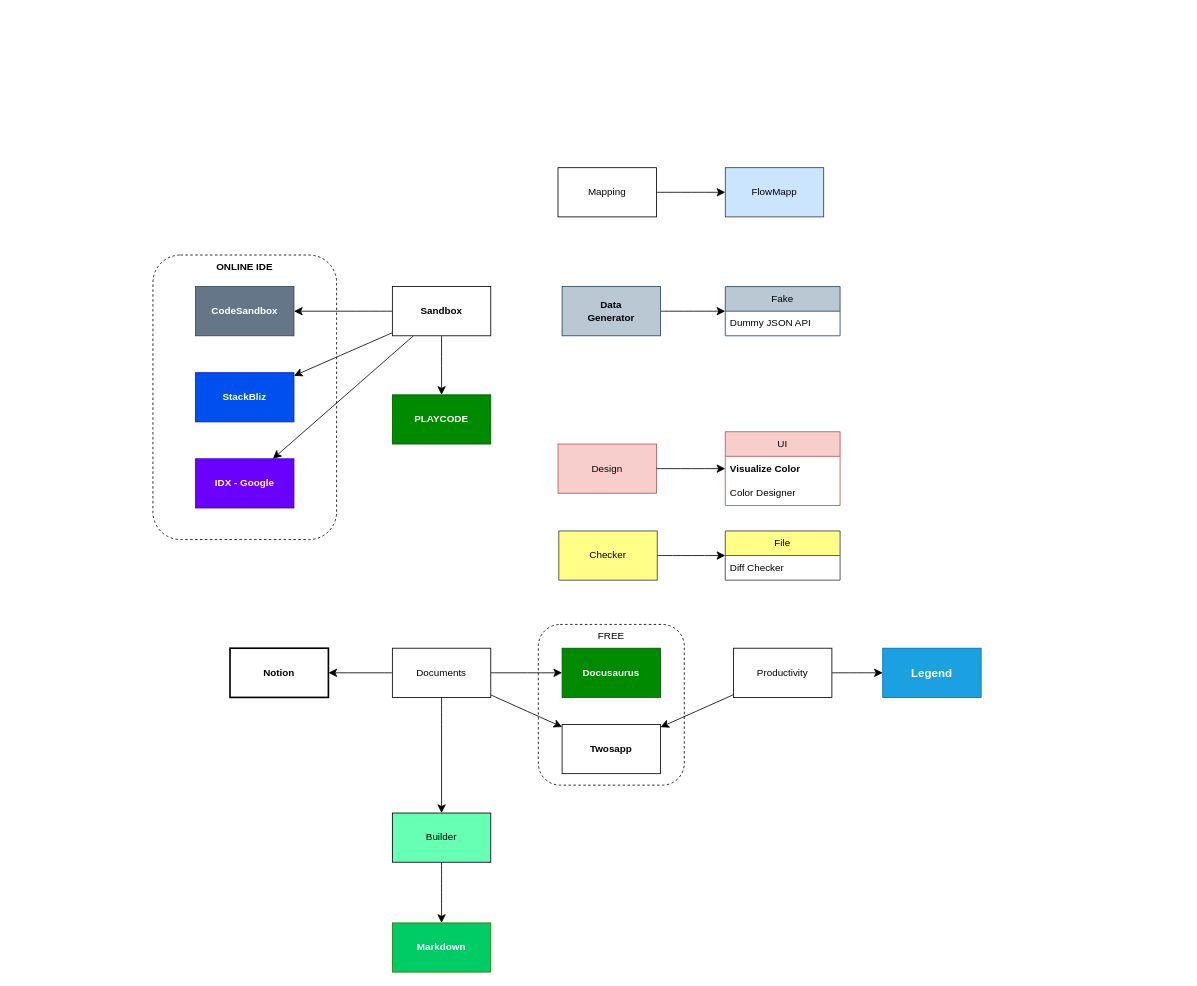
The draw.io diagram page "Tools" (2 of 5) of Link_Bookmarks.drawio in sunflynf/diagram-only, before the edit. Source tidied: cells renumbered, new cells numbered last; positions are measured from the earlier drawing's top-left corner, leaving out a move shared by most shapes. Both pictures are drawn from the tidied source at 82%, with x=0, y=0 at pixel (153, 167).
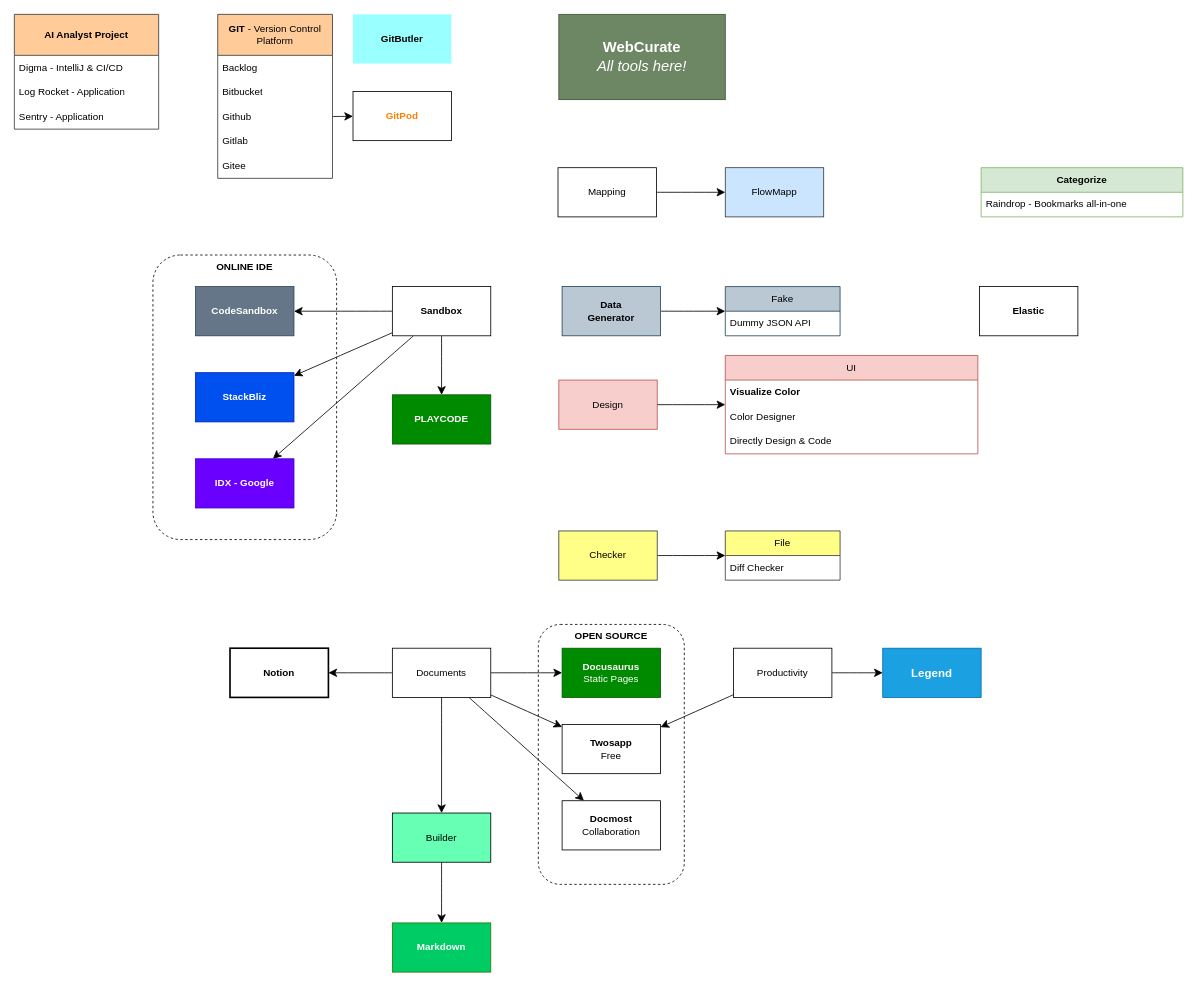
The same diagram, later.

The change refers to these unchanged cells:
```xml
<mxCell id="33" value="Documents" style="whiteSpace=wrap;html=1;" parent="1" vertex="1">
  <mxGeometry x="292" y="586" width="120" height="60" as="geometry" />
</mxCell>
```

The edit, as a diff of the source:
```diff
@@
-    <mxCell id="2" value="FREE" style="rounded=1;whiteSpace=wrap;html=1;dashed=1;verticalAlign=top;" parent="1" vertex="1">
-      <mxGeometry x="470" y="557" width="178" height="196" as="geometry" />
+    <mxCell id="2" value="OPEN SOURCE" style="rounded=1;whiteSpace=wrap;html=1;dashed=1;verticalAlign=top;fontStyle=1;" parent="1" vertex="1">
+      <mxGeometry x="470" y="557" width="178" height="317" as="geometry" />
     </mxCell>
@@
     <mxCell id="16" value="Design" style="whiteSpace=wrap;html=1;fillColor=#f8cecc;strokeColor=#b85450;" parent="1" vertex="1">
-      <mxGeometry x="494" y="337" width="120" height="60" as="geometry" />
+      <mxGeometry x="495" y="259" width="120" height="60" as="geometry" />
     </mxCell>
     <mxCell id="17" value="UI" style="swimlane;fontStyle=0;horizontal=1;startSize=30;whiteSpace=wrap;html=1;fillColor=#f8cecc;strokeColor=#b85450;" parent="1" vertex="1">
-      <mxGeometry x="698" y="322" width="140" height="90" as="geometry" />
+      <mxGeometry x="698" y="229" width="308" height="120" as="geometry" />
     </mxCell>
     <mxCell id="18" value="Visualize Color" style="text;strokeColor=none;fillColor=none;align=left;verticalAlign=middle;spacingLeft=4;spacingRight=4;overflow=hidden;whiteSpace=wrap;html=1;fontStyle=1;" parent="17" vertex="1">
-      <mxGeometry y="30" width="140" height="30" as="geometry" />
+      <mxGeometry y="30" width="308" height="30" as="geometry" />
     </mxCell>
     <mxCell id="19" value="Color Designer" style="text;strokeColor=none;fillColor=none;align=left;verticalAlign=middle;spacingLeft=4;spacingRight=4;overflow=hidden;whiteSpace=wrap;html=1;" parent="17" vertex="1">
-      <mxGeometry y="60" width="140" height="30" as="geometry" />
+      <mxGeometry y="60" width="308" height="30" as="geometry" />
     </mxCell>
+    <mxCell id="44" value="Directly Design &amp;amp; Code" style="text;strokeColor=none;fillColor=none;align=left;verticalAlign=middle;spacingLeft=4;spacingRight=4;overflow=hidden;whiteSpace=wrap;html=1;" parent="17" vertex="1">
+      <mxGeometry y="90" width="308" height="30" as="geometry" />
+    </mxCell>
@@
+    <mxCell id="45" style="edgeStyle=none;curved=1;rounded=0;jettySize=auto;html=1;fontSize=12;startSize=8;endSize=8;" parent="1" edge="1" source="33" target="46">
+      <mxGeometry relative="1" as="geometry" />
+    </mxCell>
@@
-    <mxCell id="35" value="Docusaurus" style="whiteSpace=wrap;html=1;fillColor=#008a00;fontColor=#ffffff;strokeColor=#005700;fontStyle=1;" parent="1" vertex="1">
+    <mxCell id="35" value="&lt;div&gt;Docusaurus&lt;/div&gt;&lt;span style=&quot;font-weight: normal;&quot;&gt;Static Pages&lt;/span&gt;" style="whiteSpace=wrap;html=1;fillColor=#008a00;fontColor=#ffffff;strokeColor=#005700;fontStyle=1;" parent="1" vertex="1">
       <mxGeometry x="499" y="586" width="120" height="60" as="geometry" />
     </mxCell>
-    <mxCell id="36" value="Twosapp" style="whiteSpace=wrap;html=1;fontStyle=1;" parent="1" vertex="1">
+    <mxCell id="36" value="&lt;div&gt;Twosapp&lt;/div&gt;&lt;span style=&quot;font-weight: normal;&quot;&gt;Free&lt;/span&gt;" style="whiteSpace=wrap;html=1;fontStyle=1;" parent="1" vertex="1">
       <mxGeometry x="499" y="679" width="120" height="60" as="geometry" />
     </mxCell>
@@
+    <mxCell id="46" value="&lt;div&gt;&lt;b&gt;Docmost&lt;/b&gt;&lt;/div&gt;&lt;div&gt;Collaboration&lt;br&gt;&lt;/div&gt;" style="whiteSpace=wrap;html=1;" parent="1" vertex="1">
+      <mxGeometry x="499" y="772" width="120" height="60" as="geometry" />
+    </mxCell>
+    <mxCell id="47" value="Categorize" style="swimlane;fontStyle=1;horizontal=1;startSize=30;whiteSpace=wrap;html=1;fillColor=#d5e8d4;strokeColor=#82b366;" parent="1" vertex="1">
+      <mxGeometry x="1010" width="246" height="60" as="geometry" />
+    </mxCell>
+    <mxCell id="48" value="Raindrop - Bookmarks all-in-one" style="text;strokeColor=none;fillColor=none;align=left;verticalAlign=middle;spacingLeft=4;spacingRight=4;overflow=hidden;whiteSpace=wrap;html=1;" parent="47" vertex="1">
+      <mxGeometry y="30" width="246" height="30" as="geometry" />
+    </mxCell>
+    <mxCell id="49" value="Elastic" style="whiteSpace=wrap;html=1;fontStyle=1;" parent="1" vertex="1">
+      <mxGeometry x="1008" y="145" width="120" height="60" as="geometry" />
+    </mxCell>
+    <mxCell id="50" value="&lt;b&gt;GIT &lt;/b&gt;- Version Control Platform" style="swimlane;fontStyle=0;horizontal=1;startSize=50;whiteSpace=wrap;html=1;fillColor=#ffcc99;strokeColor=#36393d;" parent="1" vertex="1">
+      <mxGeometry x="79" y="-187" width="140" height="200" as="geometry" />
+    </mxCell>
+    <mxCell id="51" value="Backlog" style="text;strokeColor=none;fillColor=none;align=left;verticalAlign=middle;spacingLeft=4;spacingRight=4;overflow=hidden;whiteSpace=wrap;html=1;" parent="50" vertex="1">
+      <mxGeometry y="50" width="140" height="30" as="geometry" />
+    </mxCell>
+    <mxCell id="52" value="Bitbucket" style="text;strokeColor=none;fillColor=none;align=left;verticalAlign=middle;spacingLeft=4;spacingRight=4;overflow=hidden;whiteSpace=wrap;html=1;" parent="50" vertex="1">
+      <mxGeometry y="80" width="140" height="30" as="geometry" />
+    </mxCell>
+    <mxCell id="53" value="Github" style="text;strokeColor=none;fillColor=none;align=left;verticalAlign=middle;spacingLeft=4;spacingRight=4;overflow=hidden;points=[[0,0.5],[1,0.5]];portConstraint=eastwest;whiteSpace=wrap;html=1;" parent="50" vertex="1">
+      <mxGeometry y="110" width="140" height="30" as="geometry" />
+    </mxCell>
+    <mxCell id="54" value="Gitlab" style="text;strokeColor=none;fillColor=none;align=left;verticalAlign=middle;spacingLeft=4;spacingRight=4;overflow=hidden;whiteSpace=wrap;html=1;" parent="50" vertex="1">
+      <mxGeometry y="140" width="140" height="30" as="geometry" />
+    </mxCell>
+    <mxCell id="55" value="Gitee" style="text;strokeColor=none;fillColor=none;align=left;verticalAlign=middle;spacingLeft=4;spacingRight=4;overflow=hidden;whiteSpace=wrap;html=1;" parent="50" vertex="1">
+      <mxGeometry y="170" width="140" height="30" as="geometry" />
+    </mxCell>
+    <mxCell id="56" value="GitPod" style="whiteSpace=wrap;html=1;fontStyle=1;fontColor=#FF8000;" parent="1" vertex="1">
+      <mxGeometry x="244" y="-93" width="120" height="60" as="geometry" />
+    </mxCell>
+    <mxCell id="57" style="edgeStyle=none;curved=1;rounded=0;jettySize=auto;html=1;fontSize=12;startSize=8;endSize=8;" parent="1" edge="1" source="53" target="56">
+      <mxGeometry relative="1" as="geometry" />
+    </mxCell>
+    <mxCell id="58" value="GitButler" style="whiteSpace=wrap;html=1;fontStyle=1;fillColor=#99FFFF;strokeColor=none;" parent="1" vertex="1">
+      <mxGeometry x="244" y="-187" width="120" height="60" as="geometry" />
+    </mxCell>
+    <mxCell id="59" value="&lt;div style=&quot;font-size: 18px;&quot;&gt;&lt;b style=&quot;font-size: 18px;&quot;&gt;WebCurate&lt;/b&gt;&lt;/div&gt;&lt;div style=&quot;font-size: 18px;&quot;&gt;&lt;i style=&quot;font-size: 18px;&quot;&gt;All tools here!&lt;/i&gt;&lt;/div&gt;" style="whiteSpace=wrap;html=1;fontSize=18;fillColor=#6d8764;strokeColor=#3A5431;fontColor=#ffffff;" parent="1" vertex="1">
+      <mxGeometry x="495" y="-187" width="203" height="104" as="geometry" />
+    </mxCell>
+    <mxCell id="60" value="&lt;b&gt;AI Analyst Project&lt;/b&gt;" style="swimlane;fontStyle=0;horizontal=1;startSize=50;whiteSpace=wrap;html=1;fillColor=#ffcc99;strokeColor=#36393d;" parent="1" vertex="1">
+      <mxGeometry x="-169" y="-187" width="176" height="140" as="geometry" />
+    </mxCell>
+    <mxCell id="61" value="Digma - IntelliJ &amp;amp; CI/CD" style="text;strokeColor=none;fillColor=none;align=left;verticalAlign=middle;spacingLeft=4;spacingRight=4;overflow=hidden;whiteSpace=wrap;html=1;" parent="60" vertex="1">
+      <mxGeometry y="50" width="176" height="30" as="geometry" />
+    </mxCell>
+    <mxCell id="62" value="Log Rocket - Application" style="text;strokeColor=none;fillColor=none;align=left;verticalAlign=middle;spacingLeft=4;spacingRight=4;overflow=hidden;whiteSpace=wrap;html=1;" parent="60" vertex="1">
+      <mxGeometry y="80" width="176" height="30" as="geometry" />
+    </mxCell>
+    <mxCell id="63" value="Sentry - Application" style="text;strokeColor=none;fillColor=none;align=left;verticalAlign=middle;spacingLeft=4;spacingRight=4;overflow=hidden;whiteSpace=wrap;html=1;" parent="60" vertex="1">
+      <mxGeometry y="110" width="176" height="30" as="geometry" />
+    </mxCell>
```
